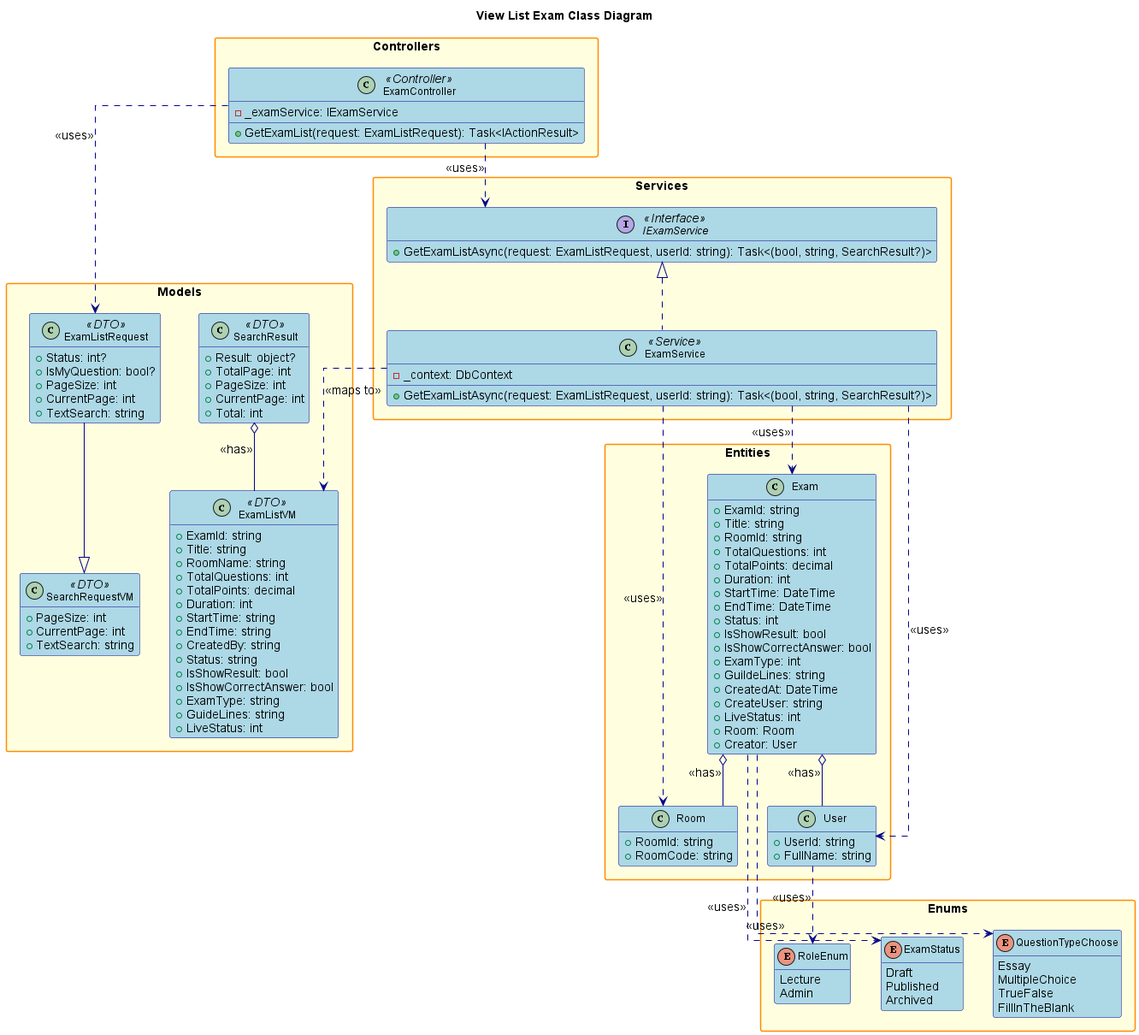
This is design/out/viewlistexam/viewlistexam.png from conghoan1211/AI-Kiosk-Testing-system, a PlantUML export, as it was before one commit. Source of this version:
```plantuml
@startuml

title View List Exam Class Diagram

hide empty members
skinparam packageStyle rectangle
skinparam linetype ortho
skinparam defaultFontSize 14
skinparam defaultFontName Arial
skinparam classFontSize 12
skinparam classFontName Arial
skinparam noteFontSize 11
skinparam noteFontName Arial

skinparam class {
    BackgroundColor LightBlue
    BorderColor DarkBlue
    ArrowColor DarkBlue
    FontSize 12
}

skinparam package {
    BackgroundColor LightYellow
    BorderColor DarkOrange
    FontSize 14
    FontStyle bold
}

skinparam interface {
    BackgroundColor LightGreen
    BorderColor DarkGreen
    FontSize 12
}

skinparam enum {
    BackgroundColor LightCyan
    BorderColor DarkCyan
    FontSize 12
}

package "Controllers" {
    class ExamController <<Controller>> {
        - _examService: IExamService
        + GetExamList(request: ExamListRequest): Task<IActionResult>
    }
}

package "Services" {
    interface IExamService <<Interface>> {
        + GetExamListAsync(request: ExamListRequest, userId: string): Task<(bool, string, SearchResult?)>
    }
    class ExamService <<Service>> {
        - _context: DbContext
        + GetExamListAsync(request: ExamListRequest, userId: string): Task<(bool, string, SearchResult?)>
    }
}

package "Models" {
    class ExamListRequest <<DTO>> {
        + Status: int?
        + IsMyQuestion: bool?
        + PageSize: int
        + CurrentPage: int
        + TextSearch: string
    }
    class SearchRequestVM <<DTO>> {
        + PageSize: int
        + CurrentPage: int
        + TextSearch: string
    }
    class ExamListVM <<DTO>> {
        + ExamId: string
        + Title: string
        + RoomName: string
        + TotalQuestions: int
        + TotalPoints: decimal
        + Duration: int
        + StartTime: string
        + EndTime: string
        + CreatedBy: string
        + Status: string
        + IsShowResult: bool
        + IsShowCorrectAnswer: bool
        + ExamType: string
        + GuideLines: string
        + LiveStatus: int
    }
    class SearchResult <<DTO>> {
        + Result: object?
        + TotalPage: int
        + PageSize: int
        + CurrentPage: int
        + Total: int
    }
}

package "Entities" {
    class Exam {
        + ExamId: string
        + Title: string
        + RoomId: string
        + TotalQuestions: int
        + TotalPoints: decimal
        + Duration: int
        + StartTime: DateTime
        + EndTime: DateTime
        + Status: int
        + IsShowResult: bool
        + IsShowCorrectAnswer: bool
        + ExamType: int
        + GuildeLines: string
        + CreatedAt: DateTime
        + CreateUser: string
        + LiveStatus: int
        + Room: Room
        + Creator: User
    }
    class Room {
        + RoomId: string
        + RoomCode: string
    }
    class User {
        + UserId: string
        + FullName: string
    }
}

package "Enums" {
    enum RoleEnum {
        Lecture
        Admin
    }
    enum ExamStatus {
        Draft
        Published
        Archived
    }
    enum QuestionTypeChoose {
        Essay
        MultipleChoice
        TrueFalse
        FillInTheBlank
    }
}

ExamController ..> IExamService : <<uses>>
IExamService <|.. ExamService
ExamController ..> ExamListRequest : <<uses>>
ExamService ..> Exam : <<uses>>
ExamService ..> Room : <<uses>>
ExamService ..> User : <<uses>>
ExamService ..> ExamListVM : <<maps to>>
ExamListRequest --|> SearchRequestVM
Exam o-- Room : <<has>>
Exam o-- User : <<has>>
Exam ..> ExamStatus : <<uses>>
Exam ..> QuestionTypeChoose : <<uses>>
User ..> RoleEnum : <<uses>>
SearchResult o-- ExamListVM : <<has>>

@enduml
```
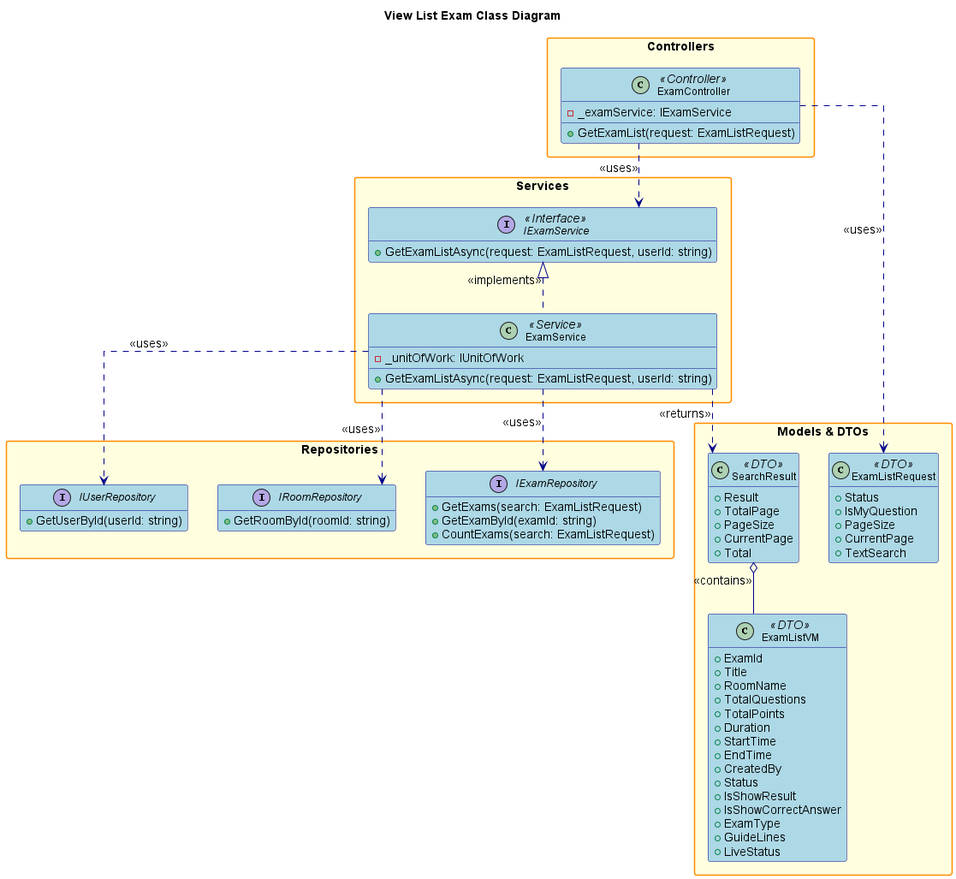
Later version of the same file.

Diff of the diagram source:
```diff
@@ -1,6 +1,4 @@
 @startuml
-
-title View List Exam Class Diagram
 
 hide empty members
 skinparam packageStyle rectangle
@@ -25,137 +23,86 @@
     FontSize 14
     FontStyle bold
 }
-
 skinparam interface {
     BackgroundColor LightGreen
     BorderColor DarkGreen
     FontSize 12
 }
 
-skinparam enum {
-    BackgroundColor LightCyan
-    BorderColor DarkCyan
-    FontSize 12
-}
+title View List Exam Class Diagram
 
 package "Controllers" {
     class ExamController <<Controller>> {
         - _examService: IExamService
-        + GetExamList(request: ExamListRequest): Task<IActionResult>
+        + GetExamList(request: ExamListRequest)
     }
 }
 
 package "Services" {
     interface IExamService <<Interface>> {
-        + GetExamListAsync(request: ExamListRequest, userId: string): Task<(bool, string, SearchResult?)>
+        + GetExamListAsync(request: ExamListRequest, userId: string)
     }
     class ExamService <<Service>> {
-        - _context: DbContext
-        + GetExamListAsync(request: ExamListRequest, userId: string): Task<(bool, string, SearchResult?)>
+        - _unitOfWork: IUnitOfWork
+        + GetExamListAsync(request: ExamListRequest, userId: string)
     }
 }
 
-package "Models" {
-    class ExamListRequest <<DTO>> {
-        + Status: int?
-        + IsMyQuestion: bool?
-        + PageSize: int
-        + CurrentPage: int
-        + TextSearch: string
+package "Repositories" {
+    interface IExamRepository {
+        + GetExams(search: ExamListRequest)
+        + GetExamById(examId: string)
+        + CountExams(search: ExamListRequest)
     }
-    class SearchRequestVM <<DTO>> {
-        + PageSize: int
-        + CurrentPage: int
-        + TextSearch: string
+    interface IRoomRepository {
+        + GetRoomById(roomId: string)
     }
-    class ExamListVM <<DTO>> {
-        + ExamId: string
-        + Title: string
-        + RoomName: string
-        + TotalQuestions: int
-        + TotalPoints: decimal
-        + Duration: int
-        + StartTime: string
-        + EndTime: string
-        + CreatedBy: string
-        + Status: string
-        + IsShowResult: bool
-        + IsShowCorrectAnswer: bool
-        + ExamType: string
-        + GuideLines: string
-        + LiveStatus: int
-    }
-    class SearchResult <<DTO>> {
-        + Result: object?
-        + TotalPage: int
-        + PageSize: int
-        + CurrentPage: int
-        + Total: int
+    interface IUserRepository {
+        + GetUserById(userId: string)
     }
 }
 
-package "Entities" {
-    class Exam {
-        + ExamId: string
-        + Title: string
-        + RoomId: string
-        + TotalQuestions: int
-        + TotalPoints: decimal
-        + Duration: int
-        + StartTime: DateTime
-        + EndTime: DateTime
-        + Status: int
-        + IsShowResult: bool
-        + IsShowCorrectAnswer: bool
-        + ExamType: int
-        + GuildeLines: string
-        + CreatedAt: DateTime
-        + CreateUser: string
-        + LiveStatus: int
-        + Room: Room
-        + Creator: User
+package "Models & DTOs" {
+    class ExamListRequest <<DTO>> {
+        + Status
+        + IsMyQuestion
+        + PageSize
+        + CurrentPage
+        + TextSearch
     }
-    class Room {
-        + RoomId: string
-        + RoomCode: string
+    class SearchResult <<DTO>> {
+        + Result
+        + TotalPage
+        + PageSize
+        + CurrentPage
+        + Total
     }
-    class User {
-        + UserId: string
-        + FullName: string
-    }
-}
-
-package "Enums" {
-    enum RoleEnum {
-        Lecture
-        Admin
-    }
-    enum ExamStatus {
-        Draft
-        Published
-        Archived
-    }
-    enum QuestionTypeChoose {
-        Essay
-        MultipleChoice
-        TrueFalse
-        FillInTheBlank
+    class ExamListVM <<DTO>> {
+        + ExamId
+        + Title
+        + RoomName
+        + TotalQuestions
+        + TotalPoints
+        + Duration
+        + StartTime
+        + EndTime
+        + CreatedBy
+        + Status
+        + IsShowResult
+        + IsShowCorrectAnswer
+        + ExamType
+        + GuideLines
+        + LiveStatus
     }
 }
 
 ExamController ..> IExamService : <<uses>>
-IExamService <|.. ExamService
 ExamController ..> ExamListRequest : <<uses>>
-ExamService ..> Exam : <<uses>>
-ExamService ..> Room : <<uses>>
-ExamService ..> User : <<uses>>
-ExamService ..> ExamListVM : <<maps to>>
-ExamListRequest --|> SearchRequestVM
-Exam o-- Room : <<has>>
-Exam o-- User : <<has>>
-Exam ..> ExamStatus : <<uses>>
-Exam ..> QuestionTypeChoose : <<uses>>
-User ..> RoleEnum : <<uses>>
-SearchResult o-- ExamListVM : <<has>>
+IExamService <|.. ExamService : <<implements>>
+ExamService ..> IExamRepository : <<uses>>
+ExamService ..> IRoomRepository : <<uses>>
+ExamService ..> IUserRepository : <<uses>>
+ExamService ..> SearchResult : <<returns>>
+SearchResult o-- ExamListVM : <<contains>>
 
 @enduml
```
